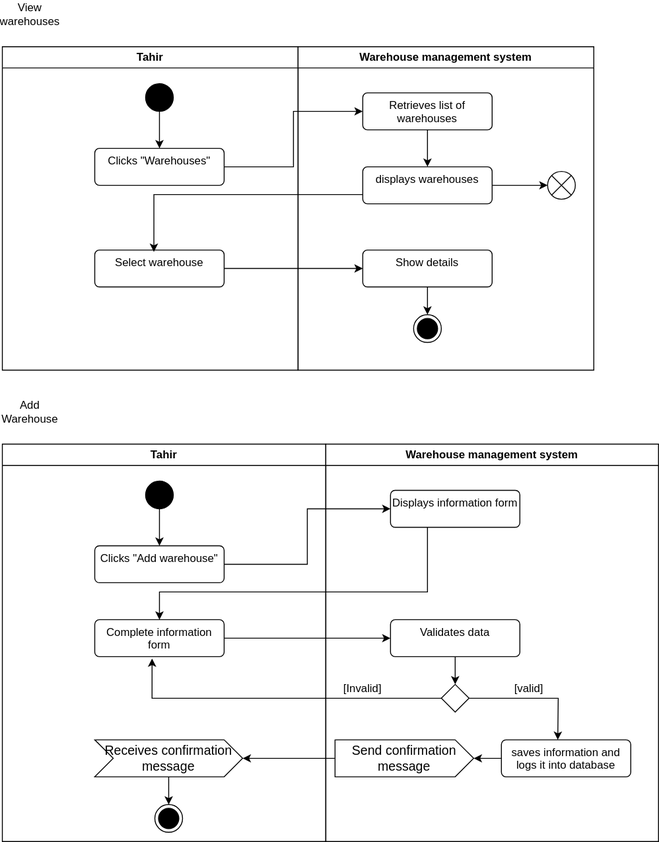
Before: warehouse_act.svg, a diagram exported from draw.io (Simamkele88/IFM3_GP). Source tidied: cells renumbered, new cells last; positions are measured from the earlier drawing's top-left corner, leaving out a move shared by most shapes.
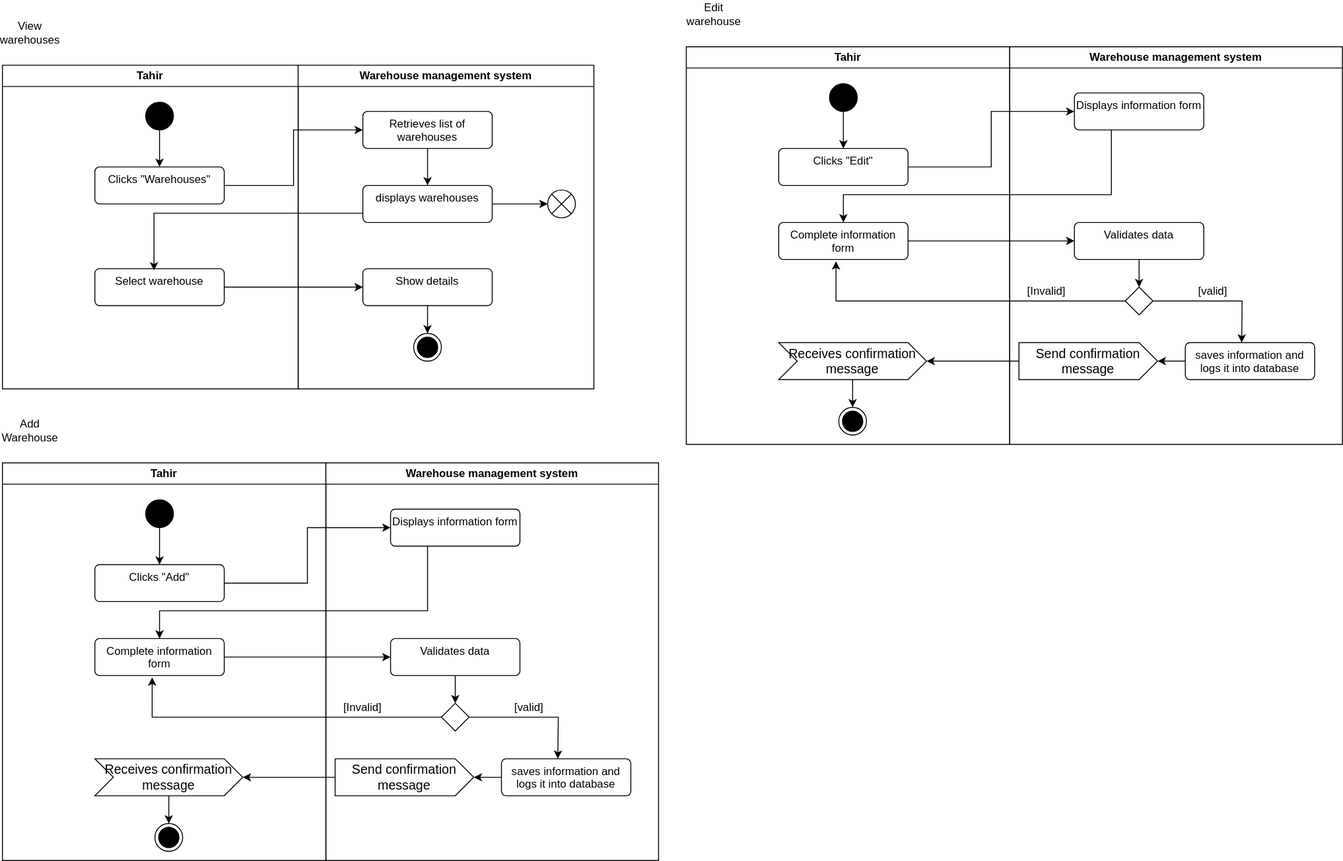
Above is the later version.

The edit, as a diff of the source:
```diff
@@ -72,7 +72,7 @@
     <mxCell id="23" style="ellipse;fillColor=strokeColor;html=1;" parent="21" vertex="1">
       <mxGeometry x="155" y="40" width="30" height="30" as="geometry" />
     </mxCell>
-    <mxCell id="24" value="Clicks &quot;Add warehouse&quot;" style="html=1;align=center;verticalAlign=top;rounded=1;absoluteArcSize=1;arcSize=10;dashed=0;whiteSpace=wrap;" parent="21" vertex="1">
+    <mxCell id="24" value="Clicks &quot;Add&quot;" style="html=1;align=center;verticalAlign=top;rounded=1;absoluteArcSize=1;arcSize=10;dashed=0;whiteSpace=wrap;" parent="21" vertex="1">
       <mxGeometry x="100" y="110" width="140" height="40" as="geometry" />
     </mxCell>
     <mxCell id="25" value="Complete information form" style="html=1;align=center;verticalAlign=top;rounded=1;absoluteArcSize=1;arcSize=10;dashed=0;whiteSpace=wrap;" parent="21" vertex="1">
@@ -148,5 +148,90 @@
     <mxCell id="46" style="edgeStyle=orthogonalEdgeStyle;rounded=0;jettySize=auto;html=1;" parent="1" edge="1" source="39" target="27">
       <mxGeometry relative="1" as="geometry" />
     </mxCell>
+    <mxCell id="47" value="Tahir" style="swimlane;whiteSpace=wrap;html=1;" parent="1" vertex="1">
+      <mxGeometry x="740" y="30" width="350" height="430" as="geometry" />
+    </mxCell>
+    <mxCell id="48" style="edgeStyle=orthogonalEdgeStyle;rounded=0;jettySize=auto;html=1;" parent="47" edge="1" source="49" target="50">
+      <mxGeometry relative="1" as="geometry" />
+    </mxCell>
+    <mxCell id="49" style="ellipse;fillColor=strokeColor;html=1;" parent="47" vertex="1">
+      <mxGeometry x="155" y="40" width="30" height="30" as="geometry" />
+    </mxCell>
+    <mxCell id="50" value="Clicks &quot;Edit&quot;" style="html=1;align=center;verticalAlign=top;rounded=1;absoluteArcSize=1;arcSize=10;dashed=0;whiteSpace=wrap;" parent="47" vertex="1">
+      <mxGeometry x="100" y="110" width="140" height="40" as="geometry" />
+    </mxCell>
+    <mxCell id="51" value="Complete information form" style="html=1;align=center;verticalAlign=top;rounded=1;absoluteArcSize=1;arcSize=10;dashed=0;whiteSpace=wrap;" parent="47" vertex="1">
+      <mxGeometry x="100" y="190" width="140" height="40" as="geometry" />
+    </mxCell>
+    <mxCell id="52" style="edgeStyle=orthogonalEdgeStyle;rounded=0;jettySize=auto;html=1;" parent="47" edge="1" source="53" target="54">
+      <mxGeometry relative="1" as="geometry" />
+    </mxCell>
+    <mxCell id="53" value="Receives confirmation message" style="html=1;shape=mxgraph.infographic.ribbonSimple;notch1=20;notch2=20;align=center;verticalAlign=middle;fontSize=14;fontStyle=0;fillColor=#FFFFFF;whiteSpace=wrap;" parent="47" vertex="1">
+      <mxGeometry x="100" y="320" width="160" height="40" as="geometry" />
+    </mxCell>
+    <mxCell id="54" style="ellipse;html=1;shape=endState;fillColor=strokeColor;" parent="47" vertex="1">
+      <mxGeometry x="165" y="390" width="30" height="30" as="geometry" />
+    </mxCell>
+    <mxCell id="55" value="Warehouse management system" style="swimlane;whiteSpace=wrap;html=1;" parent="1" vertex="1">
+      <mxGeometry x="1090" y="30" width="360" height="430" as="geometry" />
+    </mxCell>
+    <mxCell id="56" value="Displays information form" style="html=1;align=center;verticalAlign=top;rounded=1;absoluteArcSize=1;arcSize=10;dashed=0;whiteSpace=wrap;" parent="55" vertex="1">
+      <mxGeometry x="70" y="50" width="140" height="40" as="geometry" />
+    </mxCell>
+    <mxCell id="57" style="edgeStyle=orthogonalEdgeStyle;rounded=0;jettySize=auto;html=1;" parent="55" edge="1" source="58" target="59">
+      <mxGeometry relative="1" as="geometry" />
+    </mxCell>
+    <mxCell id="58" value="Validates data" style="html=1;align=center;verticalAlign=top;rounded=1;absoluteArcSize=1;arcSize=10;dashed=0;whiteSpace=wrap;" parent="55" vertex="1">
+      <mxGeometry x="70" y="190" width="140" height="40" as="geometry" />
+    </mxCell>
+    <mxCell id="59" style="rhombus;" parent="55" vertex="1">
+      <mxGeometry x="125" y="260" width="30" height="30" as="geometry" />
+    </mxCell>
+    <mxCell id="60" value="[Invalid]" style="text;html=1;align=center;verticalAlign=middle;whiteSpace=wrap;rounded=0;" parent="55" vertex="1">
+      <mxGeometry x="10" y="250" width="60" height="30" as="geometry" />
+    </mxCell>
+    <mxCell id="61" style="edgeStyle=orthogonalEdgeStyle;rounded=0;jettySize=auto;html=1;" parent="55" edge="1" source="62" target="65">
+      <mxGeometry relative="1" as="geometry" />
+    </mxCell>
+    <mxCell id="62" value="saves information and logs it into database" style="html=1;align=center;verticalAlign=top;rounded=1;absoluteArcSize=1;arcSize=10;dashed=0;whiteSpace=wrap;" parent="55" vertex="1">
+      <mxGeometry x="190" y="320" width="140" height="40" as="geometry" />
+    </mxCell>
+    <mxCell id="63" style="edgeStyle=orthogonalEdgeStyle;rounded=0;jettySize=auto;html=1;" parent="55" edge="1" source="59">
+      <mxGeometry relative="1" as="geometry">
+        <mxPoint x="251" y="320" as="targetPoint" />
+      </mxGeometry>
+    </mxCell>
+    <mxCell id="64" value="[valid]" style="text;html=1;align=center;verticalAlign=middle;whiteSpace=wrap;rounded=0;" parent="55" vertex="1">
+      <mxGeometry x="190" y="250" width="60" height="30" as="geometry" />
+    </mxCell>
+    <mxCell id="65" value="Send confirmation message" style="html=1;shape=mxgraph.infographic.ribbonSimple;notch1=0;notch2=20;align=center;verticalAlign=middle;fontSize=14;fontStyle=0;fillColor=#FFFFFF;whiteSpace=wrap;" parent="55" vertex="1">
+      <mxGeometry x="10" y="320" width="150" height="40" as="geometry" />
+    </mxCell>
+    <mxCell id="66" style="edgeStyle=orthogonalEdgeStyle;rounded=0;jettySize=auto;html=1;entryX=0;entryY=0.5;entryDx=0;entryDy=0;" parent="1" edge="1" source="50" target="56">
+      <mxGeometry relative="1" as="geometry" />
+    </mxCell>
+    <mxCell id="67" value="Edit warehouse" style="text;html=1;align=center;verticalAlign=middle;whiteSpace=wrap;rounded=0;" parent="1" vertex="1">
+      <mxGeometry x="740" y="-20" width="60" height="30" as="geometry" />
+    </mxCell>
+    <mxCell id="68" style="edgeStyle=orthogonalEdgeStyle;rounded=0;orthogonalLoop=1;jettySize=auto;html=1;exitX=0.5;exitY=1;exitDx=0;exitDy=0;" parent="1" edge="1" source="67" target="67">
+      <mxGeometry relative="1" as="geometry" />
+    </mxCell>
+    <mxCell id="69" style="edgeStyle=orthogonalEdgeStyle;rounded=0;jettySize=auto;html=1;" parent="1" edge="1" source="56" target="51">
+      <mxGeometry relative="1" as="geometry">
+        <Array as="points">
+          <mxPoint x="1200" y="190" />
+          <mxPoint x="910" y="190" />
+        </Array>
+      </mxGeometry>
+    </mxCell>
+    <mxCell id="70" style="edgeStyle=orthogonalEdgeStyle;rounded=0;jettySize=auto;html=1;entryX=0;entryY=0.5;entryDx=0;entryDy=0;" parent="1" edge="1" source="51" target="58">
+      <mxGeometry relative="1" as="geometry" />
+    </mxCell>
+    <mxCell id="71" style="edgeStyle=orthogonalEdgeStyle;rounded=0;jettySize=auto;html=1;entryX=0.443;entryY=1.05;entryDx=0;entryDy=0;entryPerimeter=0;" parent="1" edge="1" source="59" target="51">
+      <mxGeometry relative="1" as="geometry" />
+    </mxCell>
+    <mxCell id="72" style="edgeStyle=orthogonalEdgeStyle;rounded=0;jettySize=auto;html=1;" parent="1" edge="1" source="65" target="53">
+      <mxGeometry relative="1" as="geometry" />
+    </mxCell>
   </root>
 </mxGraphModel>
```
